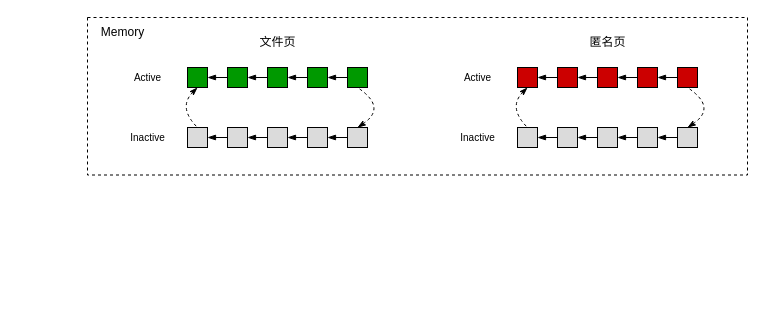
Before: memorycompress.drawio in payall4u/draw.io, a draw.io diagram. Source tidied: cells renumbered, new cells numbered last; positions are measured from the earlier drawing's top-left corner, leaving out a move shared by most shapes. Both pictures are drawn from the tidied source at 100%, with x=0, y=0 at pixel (87, 17).
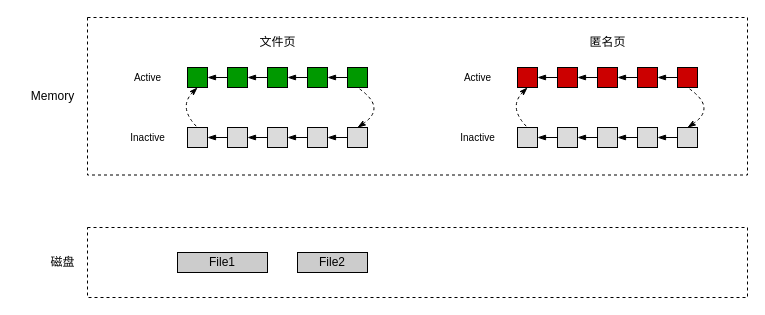
The same page after the edit.

Change to the diagram source:
```diff
@@
     <mxCell id="49" value="Memory" style="text;html=1;align=center;verticalAlign=middle;strokeColor=none;fillColor=none;" parent="1" vertex="1">
-      <mxGeometry width="70" height="30" as="geometry" />
+      <mxGeometry x="-70" y="63.8" width="70" height="30" as="geometry" />
     </mxCell>
+    <mxCell id="50" style="rounded=0;whiteSpace=wrap;html=1;dashed=1;" parent="1" vertex="1">
+      <mxGeometry y="210" width="660" height="70" as="geometry" />
+    </mxCell>
+    <mxCell id="51" value="磁盘" style="text;html=1;align=center;verticalAlign=middle;strokeColor=none;fillColor=none;" parent="1" vertex="1">
+      <mxGeometry x="-50" y="230" width="50" height="30" as="geometry" />
+    </mxCell>
+    <mxCell id="52" value="File1" style="rounded=0;whiteSpace=wrap;html=1;fillColor=#CCCCCC;" parent="1" vertex="1">
+      <mxGeometry x="90" y="235" width="90" height="20" as="geometry" />
+    </mxCell>
+    <mxCell id="53" value="File2" style="rounded=0;whiteSpace=wrap;html=1;fillColor=#CCCCCC;" parent="1" vertex="1">
+      <mxGeometry x="210" y="235" width="70" height="20" as="geometry" />
+    </mxCell>
```
